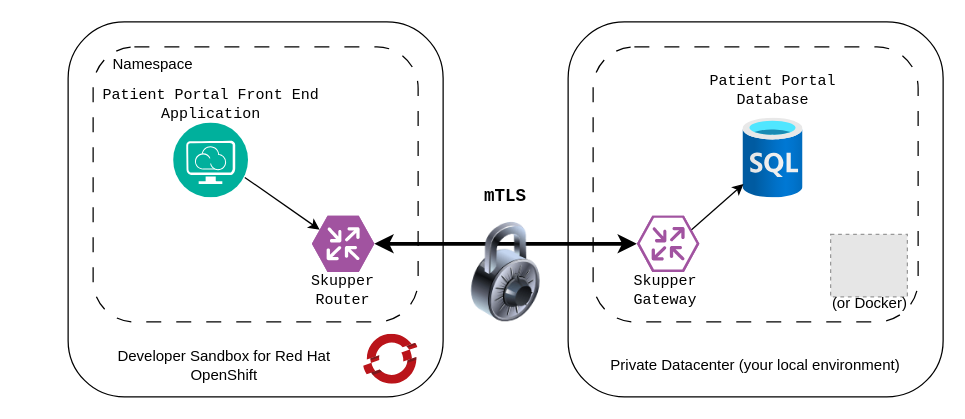
Earlier version of the draw.io diagram images/architecture-new.drawio (jbossdemocentral/service-interconnect-sandbox-demo). Source tidied: cells renumbered, new cells numbered last; positions are measured from the earlier drawing's top-left corner, leaving out a move shared by most shapes. Both pictures are drawn from the tidied source at 125%, with x=0, y=0 at pixel (21, 21). Pictures stored in the file or linked from it are replaced by grey dashed boxes.
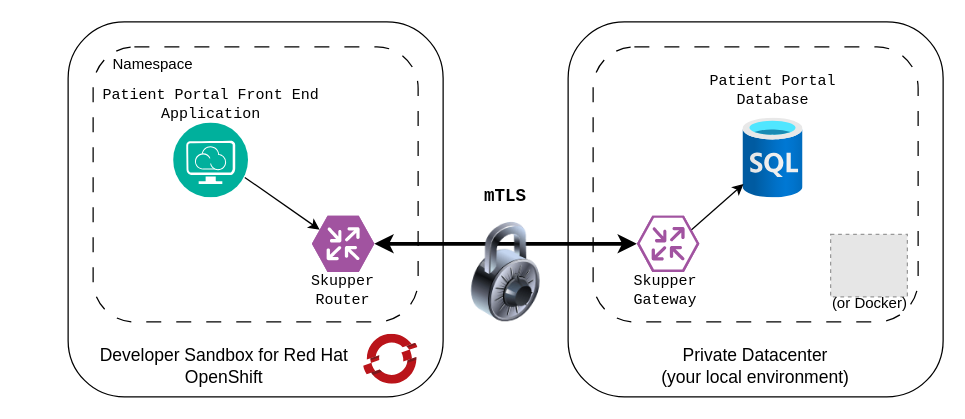
Above is the later version.

Commit message (it also covers changes not shown here):
font size ++

The edit, as a diff of the source:
```diff
@@
-    <mxCell id="8" value="Developer Sandbox for Red Hat OpenShift" style="text;strokeColor=none;align=center;fillColor=none;html=1;verticalAlign=middle;whiteSpace=wrap;rounded=0;" parent="1" vertex="1">
+    <mxCell id="8" value="&lt;font style=&quot;font-size: 14px;&quot;&gt;Developer Sandbox for Red Hat OpenShift&lt;/font&gt;" style="text;strokeColor=none;align=center;fillColor=none;html=1;verticalAlign=middle;whiteSpace=wrap;rounded=0;" parent="1" vertex="1">
       <mxGeometry x="57" y="260" width="210" height="30" as="geometry" />
     </mxCell>
@@
-    <mxCell id="14" value="Private Datacenter (your local environment)" style="text;strokeColor=none;align=center;fillColor=none;html=1;verticalAlign=middle;whiteSpace=wrap;rounded=0;" parent="1" vertex="1">
+    <mxCell id="14" value="&lt;font style=&quot;font-size: 14px;&quot;&gt;Private Datacenter &lt;br&gt;(your local environment)&lt;/font&gt;" style="text;strokeColor=none;align=center;fillColor=none;html=1;verticalAlign=middle;whiteSpace=wrap;rounded=0;" parent="1" vertex="1">
       <mxGeometry x="457" y="260" width="260" height="30" as="geometry" />
     </mxCell>
```
